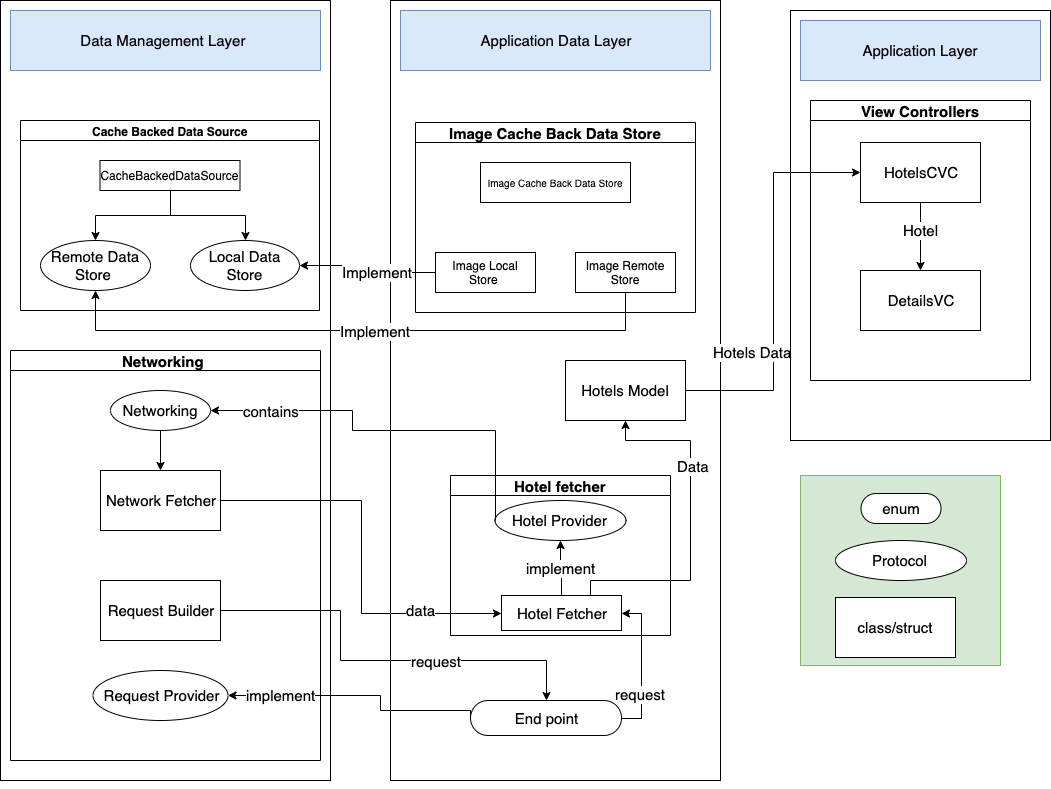
KerollosNabil/HotelsGuideApp keeps this draw.io diagram as Hotels Guide.png. Above is the earlier version. Source tidied: cells renumbered, new cells last; positions are measured from the earlier drawing's top-left corner, leaving out a move shared by most shapes.
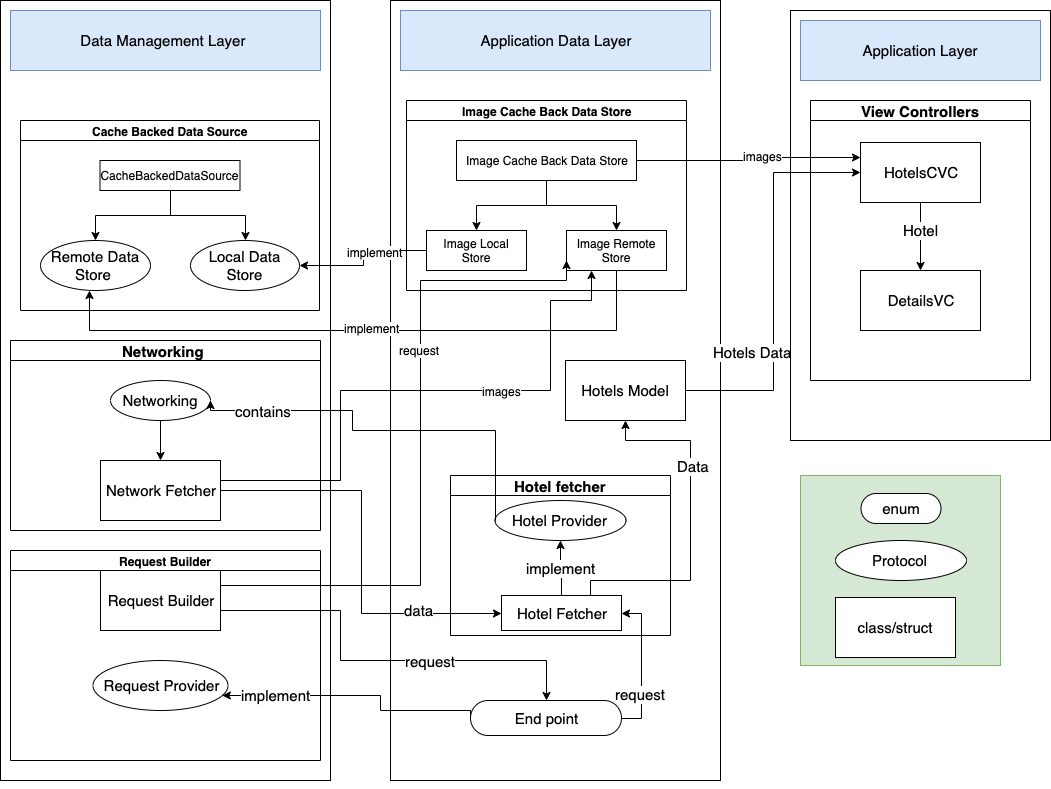
After the change.

Diff of the diagram source:
```diff
@@ -36,7 +36,7 @@
       <mxGeometry x="170" y="120" width="109" height="50" as="geometry" />
     </mxCell>
     <mxCell id="11" value="Networking&amp;nbsp;" style="swimlane;html=1;startSize=20;horizontal=1;containerType=tree;fontSize=15;" parent="1" vertex="1">
-      <mxGeometry x="10" y="350" width="310" height="410" as="geometry" />
+      <mxGeometry x="10" y="340" width="310" height="190" as="geometry" />
     </mxCell>
     <mxCell id="12" value="Network Fetcher" style="whiteSpace=wrap;html=1;align=center;fontSize=15;" parent="11" vertex="1">
       <mxGeometry x="90" y="120" width="120" height="60" as="geometry" />
@@ -59,24 +59,6 @@
     <mxCell id="18" value="Application Data Layer" style="rounded=0;whiteSpace=wrap;html=1;fillColor=#dae8fc;strokeColor=#6c8ebf;fontSize=15;" parent="1" vertex="1">
       <mxGeometry x="400" y="10" width="310" height="60" as="geometry" />
     </mxCell>
-    <mxCell id="19" value="Image Cache Back Data Store" style="swimlane;html=1;startSize=20;horizontal=1;horizontalTree=0;containerType=tree;fontSize=15;" parent="1" vertex="1">
-      <mxGeometry x="415" y="122" width="280" height="190" as="geometry" />
-    </mxCell>
-    <mxCell id="20" value="&lt;span style=&quot;white-space: nowrap&quot;&gt;&lt;font style=&quot;font-size: 10px&quot;&gt;Image Cache Back Data Store&lt;/font&gt;&lt;/span&gt;" style="whiteSpace=wrap;html=1;" parent="19" vertex="1">
-      <mxGeometry x="65" y="40" width="150" height="40" as="geometry" />
-    </mxCell>
-    <mxCell id="21" value="Image Local Store&amp;nbsp;" style="whiteSpace=wrap;html=1;" parent="19" vertex="1">
-      <mxGeometry x="20" y="130" width="100" height="40" as="geometry" />
-    </mxCell>
-    <mxCell id="22" style="edgeStyle=elbowEdgeStyle;elbow=vertical;html=1;rounded=0;" parent="19" edge="1">
-      <mxGeometry relative="1" as="geometry" />
-    </mxCell>
-    <mxCell id="23" value="Image Remote Store" style="whiteSpace=wrap;html=1;" parent="19" vertex="1">
-      <mxGeometry x="160" y="130" width="100" height="40" as="geometry" />
-    </mxCell>
-    <mxCell id="24" style="edgeStyle=elbowEdgeStyle;elbow=vertical;html=1;rounded=0;" parent="19" edge="1">
-      <mxGeometry relative="1" as="geometry" />
-    </mxCell>
     <mxCell id="25" style="edgeStyle=orthogonalEdgeStyle;rounded=0;orthogonalLoop=1;jettySize=auto;html=1;exitX=1;exitY=0.5;exitDx=0;exitDy=0;entryX=0.5;entryY=1;entryDx=0;entryDy=0;fontSize=15;" parent="1" edge="1">
       <mxGeometry relative="1" as="geometry">
         <Array as="points">
@@ -87,23 +69,6 @@
         </Array>
       </mxGeometry>
     </mxCell>
-    <mxCell id="26" style="edgeStyle=orthogonalEdgeStyle;rounded=0;jettySize=auto;html=1;exitX=0.5;exitY=1;exitDx=0;exitDy=0;entryX=0.5;entryY=1;entryDx=0;entryDy=0;fontSize=15;" parent="1" edge="1" source="23" target="9">
-      <mxGeometry relative="1" as="geometry">
-        <Array as="points">
-          <mxPoint x="625" y="330" />
-          <mxPoint x="95" y="330" />
-        </Array>
-      </mxGeometry>
-    </mxCell>
-    <mxCell id="27" value="Implement" style="text;html=1;align=center;verticalAlign=middle;labelBackgroundColor=#ffffff;fontSize=15;" parent="26" vertex="1">
-      <mxGeometry x="-0.05" relative="1" as="geometry" />
-    </mxCell>
-    <mxCell id="28" style="edgeStyle=orthogonalEdgeStyle;rounded=0;jettySize=auto;html=1;exitX=0;exitY=0.5;exitDx=0;exitDy=0;fontSize=15;" parent="1" edge="1" source="21" target="10">
-      <mxGeometry relative="1" as="geometry" />
-    </mxCell>
-    <mxCell id="29" value="Implement" style="text;html=1;align=center;verticalAlign=middle;labelBackgroundColor=#ffffff;fontSize=15;" parent="28" vertex="1">
-      <mxGeometry x="-0.17" y="-1" relative="1" as="geometry" />
-    </mxCell>
     <mxCell id="30" value="implement" style="edgeStyle=orthogonalEdgeStyle;rounded=0;jettySize=auto;html=1;exitX=0;exitY=0.5;exitDx=0;exitDy=0;fontSize=15;" parent="1" edge="1" source="33" target="16">
       <mxGeometry x="0.6" relative="1" as="geometry">
         <Array as="points">
@@ -230,5 +195,78 @@
     <mxCell id="60" value="class/struct" style="whiteSpace=wrap;html=1;align=center;fontSize=15;" parent="1" vertex="1">
       <mxGeometry x="835" y="597" width="120" height="60" as="geometry" />
     </mxCell>
+    <mxCell id="61" value="Image Cache Back Data Store" style="swimlane;html=1;startSize=20;horizontal=1;horizontalTree=0;containerType=tree;" parent="1" vertex="1">
+      <mxGeometry x="406" y="100" width="280" height="190" as="geometry" />
+    </mxCell>
+    <mxCell id="62" value="&lt;span style=&quot;white-space: nowrap&quot;&gt;Image Cache Back Data Store&lt;/span&gt;" style="whiteSpace=wrap;html=1;" parent="61" vertex="1">
+      <mxGeometry x="50" y="40" width="180" height="40" as="geometry" />
+    </mxCell>
+    <mxCell id="21" value="Image Local Store" style="whiteSpace=wrap;html=1;" parent="61" vertex="1">
+      <mxGeometry x="20" y="130" width="100" height="40" as="geometry" />
+    </mxCell>
+    <mxCell id="63" style="edgeStyle=elbowEdgeStyle;elbow=vertical;html=1;rounded=0;" parent="61" edge="1" source="62" target="21">
+      <mxGeometry relative="1" as="geometry" />
+    </mxCell>
+    <mxCell id="23" value="Image Remote Store" style="whiteSpace=wrap;html=1;" parent="61" vertex="1">
+      <mxGeometry x="160" y="130" width="100" height="40" as="geometry" />
+    </mxCell>
+    <mxCell id="64" style="edgeStyle=elbowEdgeStyle;elbow=vertical;html=1;rounded=0;" parent="61" edge="1" source="62" target="23">
+      <mxGeometry relative="1" as="geometry" />
+    </mxCell>
+    <mxCell id="26" style="edgeStyle=orthogonalEdgeStyle;rounded=0;jettySize=auto;html=1;exitX=0.5;exitY=1;exitDx=0;exitDy=0;entryX=0.445;entryY=1;entryDx=0;entryDy=0;entryPerimeter=0;" parent="1" edge="1" source="23" target="9">
+      <mxGeometry relative="1" as="geometry">
+        <Array as="points">
+          <mxPoint x="616" y="330" />
+          <mxPoint x="89" y="330" />
+        </Array>
+      </mxGeometry>
+    </mxCell>
+    <mxCell id="65" value="implement" style="text;html=1;align=center;verticalAlign=middle;labelBackgroundColor=#ffffff;" parent="26" vertex="1">
+      <mxGeometry x="-0.03" y="-3" relative="1" as="geometry" />
+    </mxCell>
+    <mxCell id="28" style="edgeStyle=orthogonalEdgeStyle;rounded=0;jettySize=auto;html=1;exitX=0;exitY=0.5;exitDx=0;exitDy=0;entryX=1;entryY=0.5;entryDx=0;entryDy=0;" parent="1" edge="1" source="21" target="10">
+      <mxGeometry relative="1" as="geometry" />
+    </mxCell>
+    <mxCell id="66" value="implement" style="text;html=1;align=center;verticalAlign=middle;labelBackgroundColor=#ffffff;" parent="28" vertex="1">
+      <mxGeometry x="-0.27" y="1" relative="1" as="geometry" />
+    </mxCell>
+    <mxCell id="67" style="edgeStyle=orthogonalEdgeStyle;rounded=0;jettySize=auto;html=1;exitX=1;exitY=0.5;exitDx=0;exitDy=0;entryX=0;entryY=0.25;entryDx=0;entryDy=0;" parent="1" edge="1" source="62" target="55">
+      <mxGeometry relative="1" as="geometry" />
+    </mxCell>
+    <mxCell id="68" value="images" style="text;html=1;align=center;verticalAlign=middle;labelBackgroundColor=#ffffff;" parent="67" vertex="1">
+      <mxGeometry x="0.14" y="2" relative="1" as="geometry" />
+    </mxCell>
+    <mxCell id="69" value="Request Builder" style="swimlane;html=1;startSize=20;horizontal=1;containerType=tree;" parent="1" vertex="1">
+      <mxGeometry x="10" y="550" width="310" height="210" as="geometry" />
+    </mxCell>
+    <mxCell id="70" style="edgeStyle=orthogonalEdgeStyle;rounded=0;jettySize=auto;html=1;exitX=1;exitY=0.5;exitDx=0;exitDy=0;entryX=0.25;entryY=1;entryDx=0;entryDy=0;" parent="1" edge="1" source="12" target="23">
+      <mxGeometry relative="1" as="geometry">
+        <Array as="points">
+          <mxPoint x="220" y="480" />
+          <mxPoint x="340" y="480" />
+          <mxPoint x="340" y="390" />
+          <mxPoint x="550" y="390" />
+          <mxPoint x="550" y="300" />
+          <mxPoint x="591" y="300" />
+        </Array>
+      </mxGeometry>
+    </mxCell>
+    <mxCell id="71" value="images" style="text;html=1;align=center;verticalAlign=middle;labelBackgroundColor=#ffffff;" parent="70" vertex="1">
+      <mxGeometry x="-0.47" y="-1" relative="1" as="geometry">
+        <mxPoint x="160" y="-64" as="offset" />
+      </mxGeometry>
+    </mxCell>
+    <mxCell id="72" style="edgeStyle=orthogonalEdgeStyle;rounded=0;jettySize=auto;html=1;exitX=1;exitY=0.25;exitDx=0;exitDy=0;entryX=0;entryY=0.75;entryDx=0;entryDy=0;" parent="1" edge="1" source="15" target="23">
+      <mxGeometry relative="1" as="geometry">
+        <Array as="points">
+          <mxPoint x="420" y="585" />
+          <mxPoint x="420" y="280" />
+          <mxPoint x="566" y="280" />
+        </Array>
+      </mxGeometry>
+    </mxCell>
+    <mxCell id="73" value="request" style="text;html=1;align=center;verticalAlign=middle;labelBackgroundColor=#ffffff;" parent="72" vertex="1">
+      <mxGeometry x="0.3" y="2" relative="1" as="geometry" />
+    </mxCell>
   </root>
 </mxGraphModel>
```
